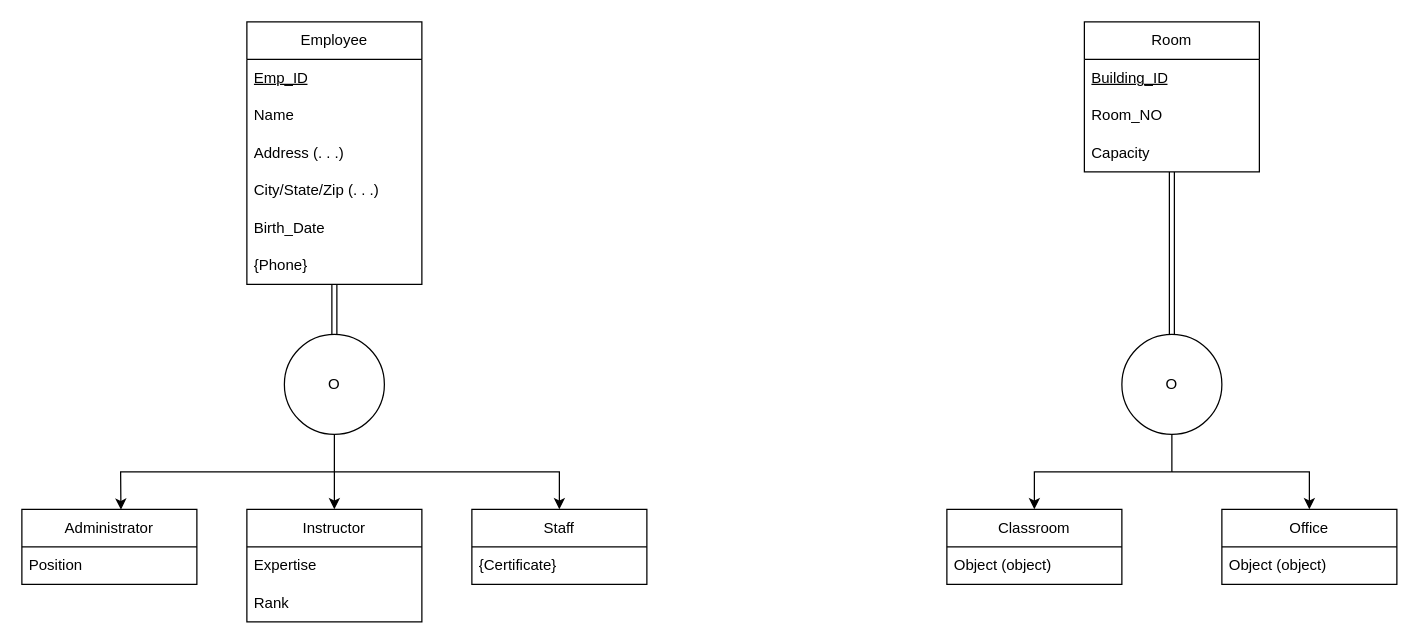
Above: Homework2.drawio in ngimpWT/CIDM3350 (draw.io), before the change. Source tidied: cells renumbered, new cells numbered last; positions are measured from the earlier drawing's top-left corner, leaving out a move shared by most shapes. Both pictures are drawn from the tidied source at 125%, with x=0, y=0 at pixel (21, 21).
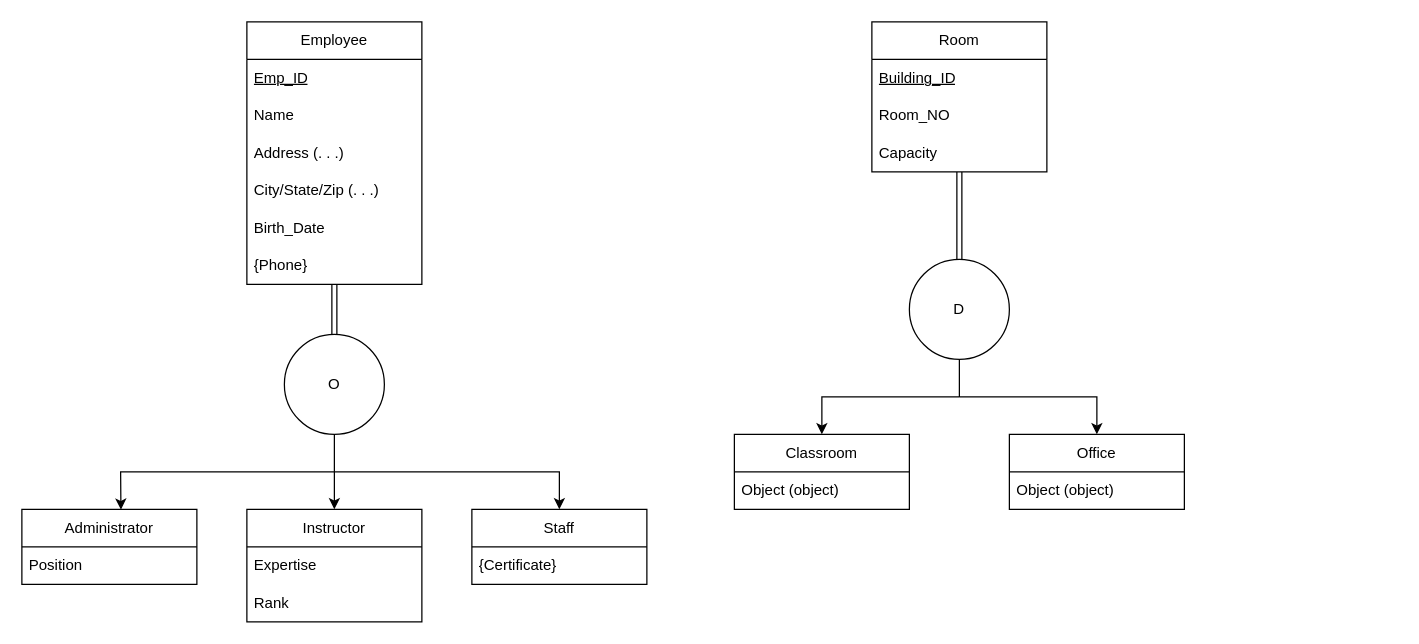
After the change.

Change to the diagram source:
```diff
@@
     <mxCell id="22" value="Room" style="swimlane;fontStyle=0;horizontal=1;startSize=30;whiteSpace=wrap;html=1;" parent="1" vertex="1">
-      <mxGeometry x="850" width="140" height="120" as="geometry" />
+      <mxGeometry x="680" width="140" height="120" as="geometry" />
     </mxCell>
@@
     <mxCell id="26" style="edgeStyle=elbowEdgeStyle;rounded=0;jettySize=auto;html=1;elbow=vertical;endArrow=none;endFill=0;" parent="1" edge="1" source="27">
       <mxGeometry relative="1" as="geometry">
-        <mxPoint x="920" y="360" as="targetPoint" />
+        <mxPoint x="750" y="300" as="targetPoint" />
       </mxGeometry>
     </mxCell>
-    <mxCell id="27" value="O" style="ellipse;whiteSpace=wrap;html=1;fontStyle=0;startSize=30;horizontal=1;" parent="1" vertex="1">
-      <mxGeometry x="880" y="250" width="80" height="80" as="geometry" />
+    <mxCell id="27" value="D" style="ellipse;whiteSpace=wrap;html=1;fontStyle=0;startSize=30;horizontal=1;" parent="1" vertex="1">
+      <mxGeometry x="710" y="190" width="80" height="80" as="geometry" />
     </mxCell>
     <mxCell id="28" value="Classroom" style="swimlane;fontStyle=0;horizontal=1;startSize=30;whiteSpace=wrap;html=1;" parent="1" vertex="1">
-      <mxGeometry x="740" y="390" width="140" height="60" as="geometry" />
+      <mxGeometry x="570" y="330" width="140" height="60" as="geometry" />
     </mxCell>
@@
     <mxCell id="30" value="Office" style="swimlane;fontStyle=0;horizontal=1;startSize=30;whiteSpace=wrap;html=1;" parent="1" vertex="1">
-      <mxGeometry x="960" y="390" width="140" height="60" as="geometry" />
+      <mxGeometry x="790" y="330" width="140" height="60" as="geometry" />
     </mxCell>
@@
     <mxCell id="32" style="endArrow=classic;html=1;rounded=0;entryX=0.5;entryY=0;entryDx=0;entryDy=0;" parent="1" edge="1" target="28">
       <mxGeometry relative="1" as="geometry">
-        <mxPoint x="920" y="360" as="sourcePoint" />
+        <mxPoint x="750" y="300" as="sourcePoint" />
         <Array as="points">
-          <mxPoint x="810" y="360" />
+          <mxPoint x="640" y="300" />
         </Array>
       </mxGeometry>
     </mxCell>
     <mxCell id="33" style="endArrow=classic;html=1;rounded=0;entryX=0.5;entryY=0;entryDx=0;entryDy=0;" parent="1" edge="1" target="30">
       <mxGeometry relative="1" as="geometry">
-        <mxPoint x="920" y="360" as="sourcePoint" />
+        <mxPoint x="750" y="300" as="sourcePoint" />
         <Array as="points">
-          <mxPoint x="1030" y="360" />
+          <mxPoint x="860" y="300" />
         </Array>
       </mxGeometry>
     </mxCell>
```
